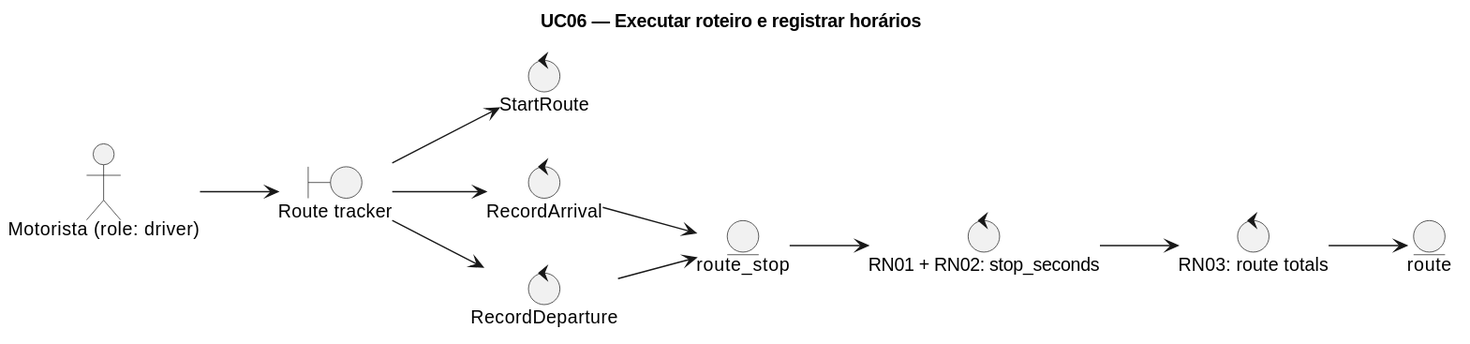
xendak/terminus keeps this PlantUML diagram as docs/especificacao/diagrams/robustez-uc06-registrar-tempos.svg. Above is the earlier version.
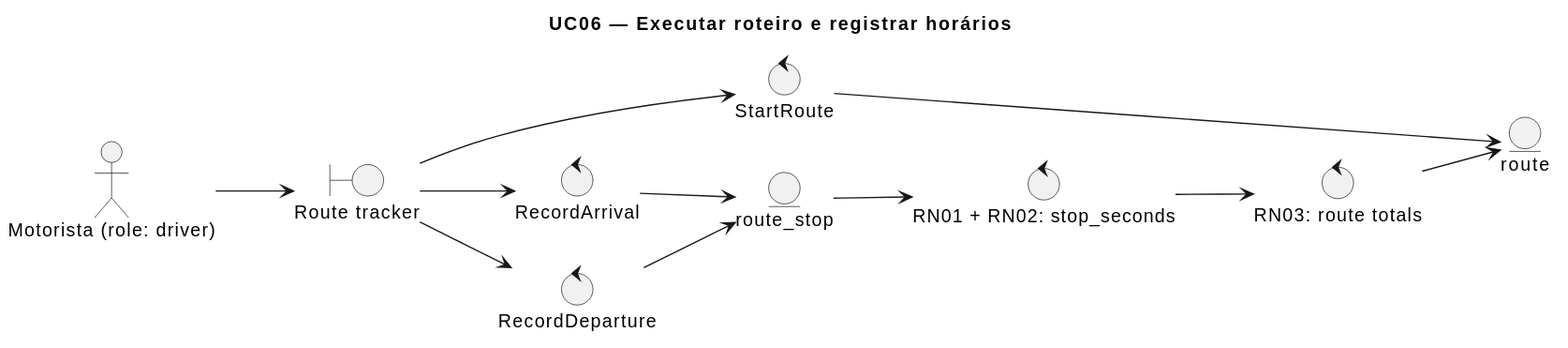
The same diagram one commit later.

The edit, as a diff of the source:
```diff
@@ -17,6 +17,7 @@
 B1 --> C0
 B1 --> C1
 B1 --> C2
+C0 --> E2
 C1 --> E1
 C2 --> E1
 E1 --> C3
```
